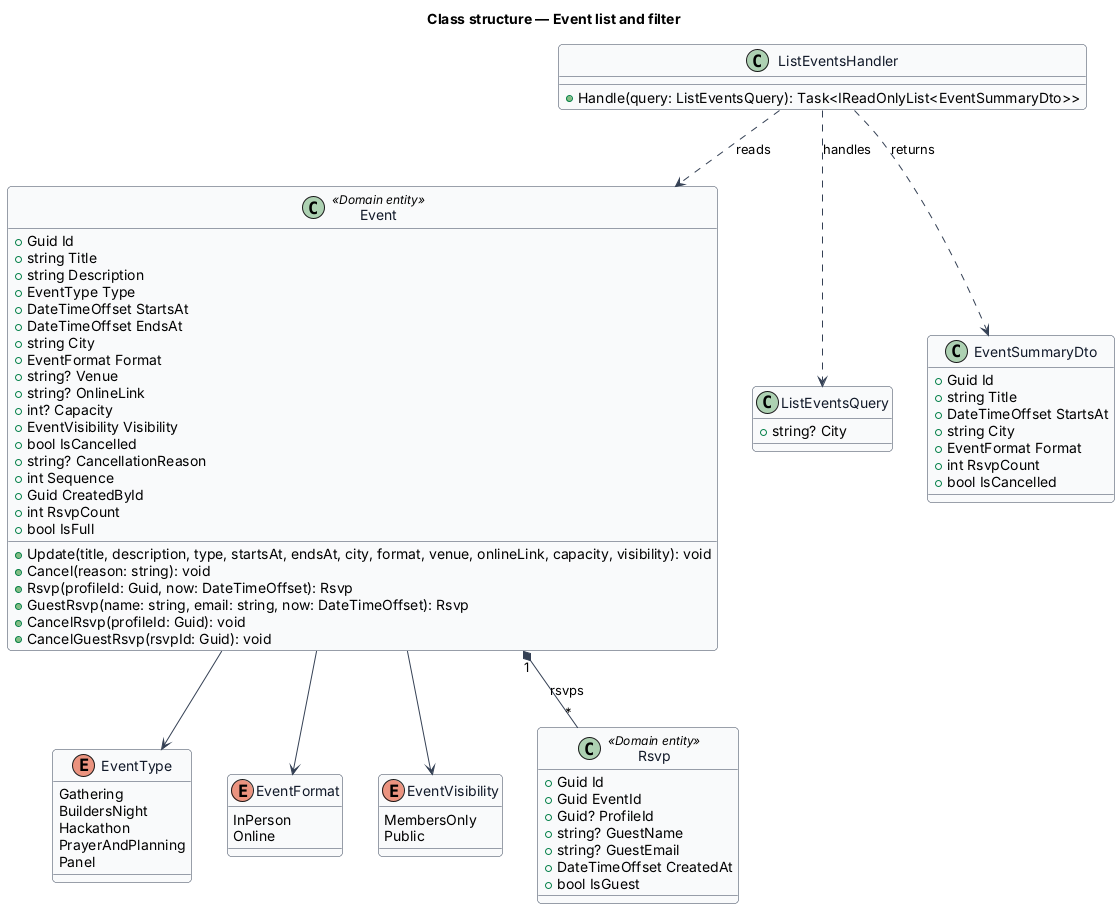
Above: docs/detailed-designs/events/event-list-and-filter/diagrams/class-structure.png in QuinntyneBrown/faithtech-community (PlantUML), before the change.
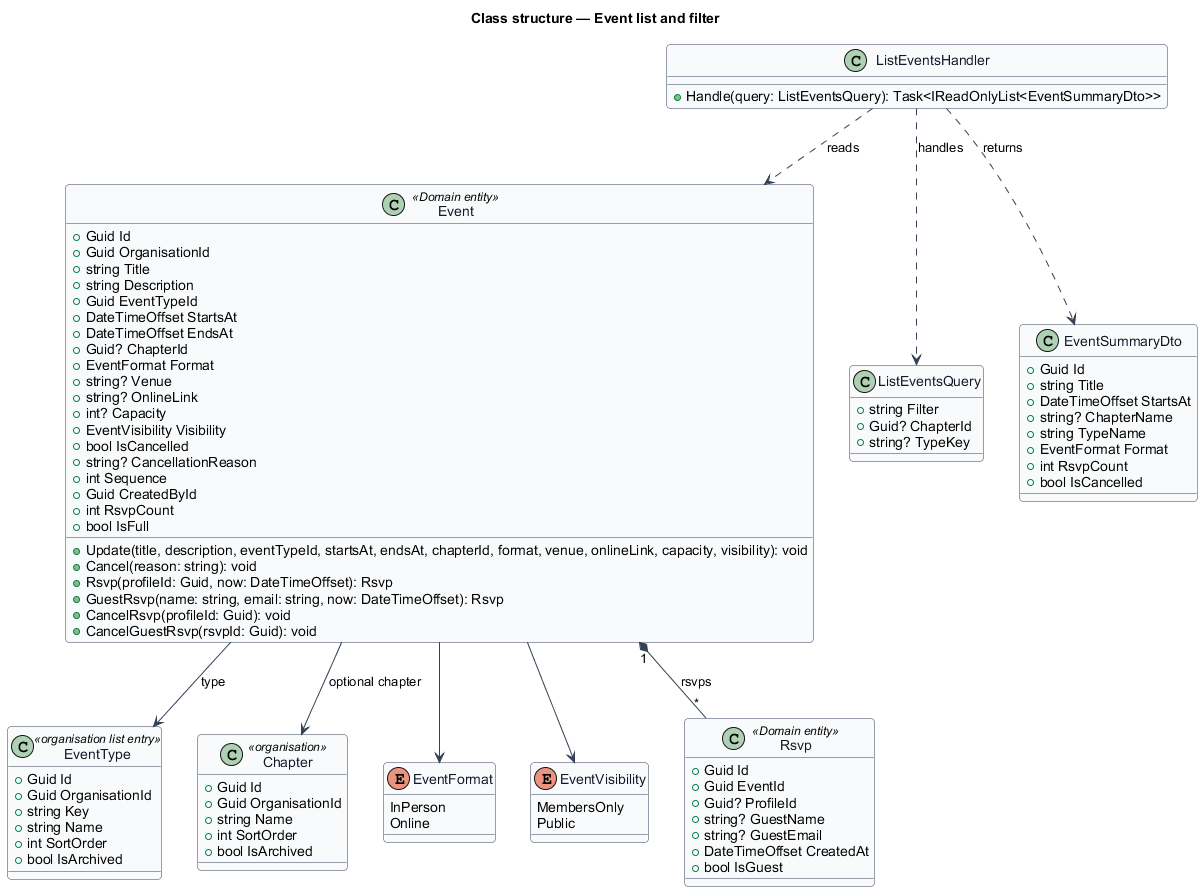
Later version of the same file.

What changed in the source:
```diff
@@ -11,12 +11,21 @@
 }
 title Class structure — Event list and filter
 
-enum EventType {
-  Gathering
-  BuildersNight
-  Hackathon
-  PrayerAndPlanning
-  Panel
+class EventType <<organisation list entry>> {
+  +Guid Id
+  +Guid OrganisationId
+  +string Key
+  +string Name
+  +int SortOrder
+  +bool IsArchived
+}
+
+class Chapter <<organisation>> {
+  +Guid Id
+  +Guid OrganisationId
+  +string Name
+  +int SortOrder
+  +bool IsArchived
 }
 
 enum EventFormat {
@@ -31,12 +40,13 @@
 
 class Event <<Domain entity>> {
   +Guid Id
+  +Guid OrganisationId
   +string Title
   +string Description
-  +EventType Type
+  +Guid EventTypeId
   +DateTimeOffset StartsAt
   +DateTimeOffset EndsAt
-  +string City
+  +Guid? ChapterId
   +EventFormat Format
   +string? Venue
   +string? OnlineLink
@@ -48,14 +58,15 @@
   +Guid CreatedById
   +int RsvpCount
   +bool IsFull
-  +Update(title, description, type, startsAt, endsAt, city, format, venue, onlineLink, capacity, visibility): void
+  +Update(title, description, eventTypeId, startsAt, endsAt, chapterId, format, venue, onlineLink, capacity, visibility): void
   +Cancel(reason: string): void
   +Rsvp(profileId: Guid, now: DateTimeOffset): Rsvp
   +GuestRsvp(name: string, email: string, now: DateTimeOffset): Rsvp
   +CancelRsvp(profileId: Guid): void
   +CancelGuestRsvp(rsvpId: Guid): void
 }
-Event --> EventType
+Event --> EventType : type
+Event --> Chapter : optional chapter
 Event --> EventFormat
 Event --> EventVisibility
 
@@ -71,7 +82,9 @@
 Event "1" *-- "*" Rsvp : rsvps
 
 class ListEventsQuery {
-  +string? City
+  +string Filter
+  +Guid? ChapterId
+  +string? TypeKey
 }
 class ListEventsHandler {
   +Handle(query: ListEventsQuery): Task<IReadOnlyList<EventSummaryDto>>
@@ -80,7 +93,8 @@
   +Guid Id
   +string Title
   +DateTimeOffset StartsAt
-  +string City
+  +string? ChapterName
+  +string TypeName
   +EventFormat Format
   +int RsvpCount
   +bool IsCancelled
```
